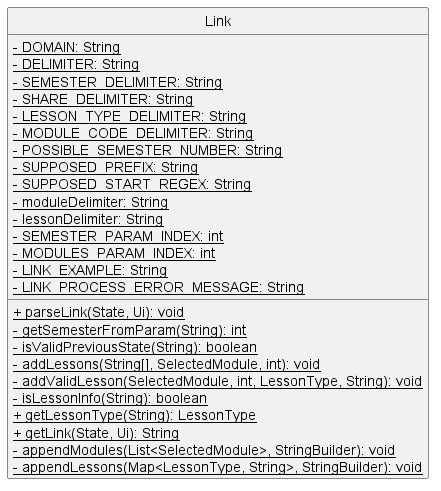
The PlantUML diagram docs/images/linkClass.png in nus-cs2113-AY2223S1/tp, before a commit.
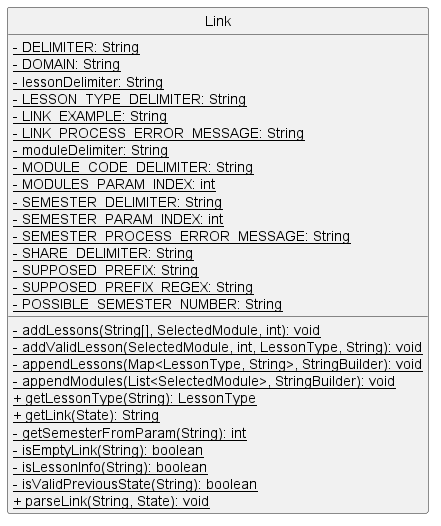
After the commit.

Commit message:
Order class diagram alphabetically

Diff of the diagram source:
```diff
@@ -3,31 +3,33 @@
 skinparam classAttributeIconSize 0
 
 class Link {
+    <u>- DELIMITER: String
     <u>- DOMAIN: String
-    <u>- DELIMITER: String
-    <u>- SEMESTER_DELIMITER: String
-    <u>- SHARE_DELIMITER: String
+    <u>- lessonDelimiter: String
     <u>- LESSON_TYPE_DELIMITER: String
-    <u>- MODULE_CODE_DELIMITER: String
-    <u>- POSSIBLE_SEMESTER_NUMBER: String
-    <u>- SUPPOSED_PREFIX: String
-    <u>- SUPPOSED_START_REGEX: String
-    <u>- moduleDelimiter: String
-    <u>- lessonDelimiter: String
-    <u>- SEMESTER_PARAM_INDEX: int
-    <u>- MODULES_PARAM_INDEX: int
     <u>- LINK_EXAMPLE: String
     <u>- LINK_PROCESS_ERROR_MESSAGE: String
+    <u>- moduleDelimiter: String
+    <u>- MODULE_CODE_DELIMITER: String
+    <u>- MODULES_PARAM_INDEX: int
+    <u>- SEMESTER_DELIMITER: String
+    <u>- SEMESTER_PARAM_INDEX: int
+    <u>- SEMESTER_PROCESS_ERROR_MESSAGE: String
+    <u>- SHARE_DELIMITER: String
+    <u>- SUPPOSED_PREFIX: String
+    <u>- SUPPOSED_PREFIX_REGEX: String
+    <u>- POSSIBLE_SEMESTER_NUMBER: String
 
-    <u>+ parseLink(State, Ui): void
-    <u>- getSemesterFromParam(String): int
-    <u>- isValidPreviousState(String): boolean
     <u>- addLessons(String[], SelectedModule, int): void
     <u>- addValidLesson(SelectedModule, int, LessonType, String): void
+    <u>- appendLessons(Map<LessonType, String>, StringBuilder): void
+    <u>- appendModules(List<SelectedModule>, StringBuilder): void
+    <u>+ getLessonType(String): LessonType
+    <u>+ getLink(State): String
+    <u>- getSemesterFromParam(String): int
+    <u>- isEmptyLink(String): boolean
     <u>- isLessonInfo(String): boolean
-    <u>+ getLessonType(String): LessonType
-    <u>+ getLink(State, Ui): String
-    <u>- appendModules(List<SelectedModule>, StringBuilder): void
-    <u>- appendLessons(Map<LessonType, String>, StringBuilder): void
+    <u>- isValidPreviousState(String): boolean
+    <u>+ parseLink(String, State): void
 }
 @enduml
```
